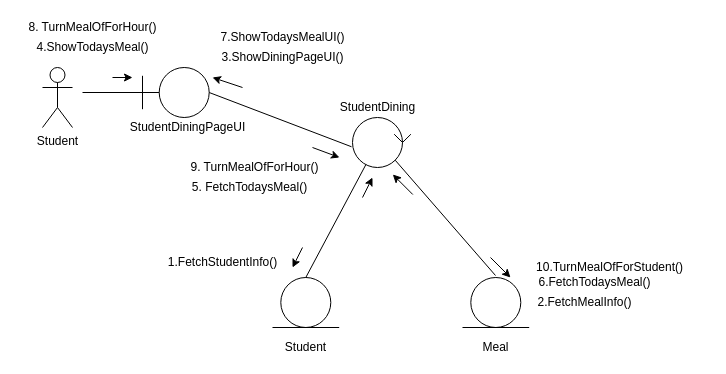
The draw.io diagram page "StudentDining" (3 of 11) of Collab.drawio in Noman1705088/CSE-326, before the edit. Source tidied: cells renumbered, new cells numbered last; positions are measured from the earlier drawing's top-left corner, leaving out a move shared by most shapes. Both pictures are drawn from the tidied source at 100%, with x=0, y=0 at pixel (22, 17).
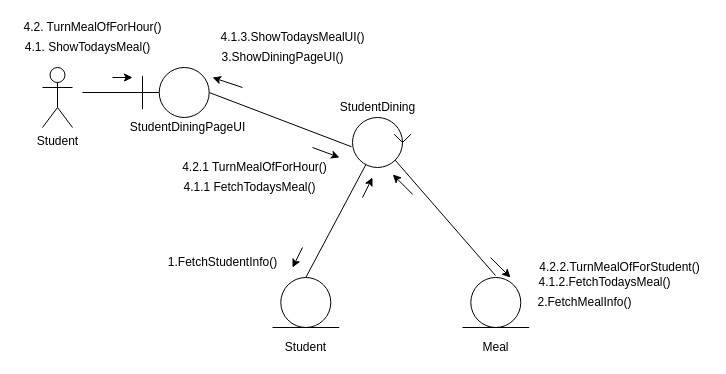
After the change.

Diff of the diagram source:
```diff
@@
-    <mxCell id="39" value="6.FetchTodaysMeal()" style="text;html=1;align=center;verticalAlign=middle;strokeColor=none;fillColor=none;" parent="1" vertex="1">
-      <mxGeometry x="506.7" y="255" width="130" height="20" as="geometry" />
+    <mxCell id="39" value="4.1.2.FetchTodaysMeal()" style="text;html=1;align=center;verticalAlign=middle;strokeColor=none;fillColor=none;" parent="1" vertex="1">
+      <mxGeometry x="506.7" y="255" width="150" height="20" as="geometry" />
     </mxCell>
-    <mxCell id="40" value="9. TurnMealOfForHour()" style="text;html=1;align=center;verticalAlign=middle;strokeColor=none;fillColor=none;" parent="1" vertex="1">
-      <mxGeometry x="161.7" y="140" width="140" height="20" as="geometry" />
+    <mxCell id="40" value="4.2.1 TurnMealOfForHour()" style="text;html=1;align=center;verticalAlign=middle;strokeColor=none;fillColor=none;" parent="1" vertex="1">
+      <mxGeometry x="151.7" y="140" width="160" height="20" as="geometry" />
     </mxCell>
-    <mxCell id="41" value="8. TurnMealOfForHour()" style="text;html=1;align=center;verticalAlign=middle;strokeColor=none;fillColor=none;" parent="1" vertex="1">
-      <mxGeometry width="140" height="20" as="geometry" />
+    <mxCell id="41" value="4.2. TurnMealOfForHour()" style="text;html=1;align=center;verticalAlign=middle;strokeColor=none;fillColor=none;" parent="1" vertex="1">
+      <mxGeometry x="-5" width="150" height="20" as="geometry" />
     </mxCell>
-    <mxCell id="42" value="10.TurnMealOfForStudent()" style="text;html=1;align=center;verticalAlign=middle;strokeColor=none;fillColor=none;" parent="1" vertex="1">
-      <mxGeometry x="506.7" y="240" width="160" height="20" as="geometry" />
+    <mxCell id="42" value="4.2.2.TurnMealOfForStudent()" style="text;html=1;align=center;verticalAlign=middle;strokeColor=none;fillColor=none;" parent="1" vertex="1">
+      <mxGeometry x="506.7" y="240" width="180" height="20" as="geometry" />
     </mxCell>
-    <mxCell id="43" value="4.ShowTodaysMeal()" style="text;html=1;align=center;verticalAlign=middle;strokeColor=none;fillColor=none;" parent="1" vertex="1">
-      <mxGeometry x="5" y="20" width="130" height="20" as="geometry" />
+    <mxCell id="43" value="4.1. ShowTodaysMeal()" style="text;html=1;align=center;verticalAlign=middle;strokeColor=none;fillColor=none;" parent="1" vertex="1">
+      <mxGeometry x="-5" y="20" width="140" height="20" as="geometry" />
     </mxCell>
-    <mxCell id="44" value="5. FetchTodaysMeal()" style="text;html=1;align=center;verticalAlign=middle;strokeColor=none;fillColor=none;" parent="1" vertex="1">
-      <mxGeometry x="161.7" y="160" width="130" height="20" as="geometry" />
+    <mxCell id="44" value="4.1.1 FetchTodaysMeal()" style="text;html=1;align=center;verticalAlign=middle;strokeColor=none;fillColor=none;" parent="1" vertex="1">
+      <mxGeometry x="151.7" y="160" width="150" height="20" as="geometry" />
     </mxCell>
-    <mxCell id="45" value="7.ShowTodaysMealUI()" style="text;html=1;align=center;verticalAlign=middle;strokeColor=none;fillColor=none;" parent="1" vertex="1">
-      <mxGeometry x="190" y="10" width="140" height="20" as="geometry" />
+    <mxCell id="45" value="4.1.3.ShowTodaysMealUI()" style="text;html=1;align=center;verticalAlign=middle;strokeColor=none;fillColor=none;" parent="1" vertex="1">
+      <mxGeometry x="190" y="10" width="160" height="20" as="geometry" />
     </mxCell>
```
